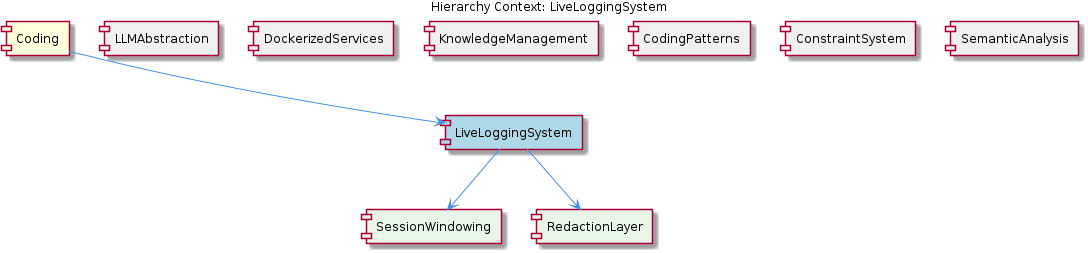
Earlier version of the PlantUML export knowledge-management/insights/images/live-logging-system-relationship.png (fwornle/coding). Its source is kept beside it as .data/knowledge-graph/insights/puml/live-logging-system-relationship.puml.
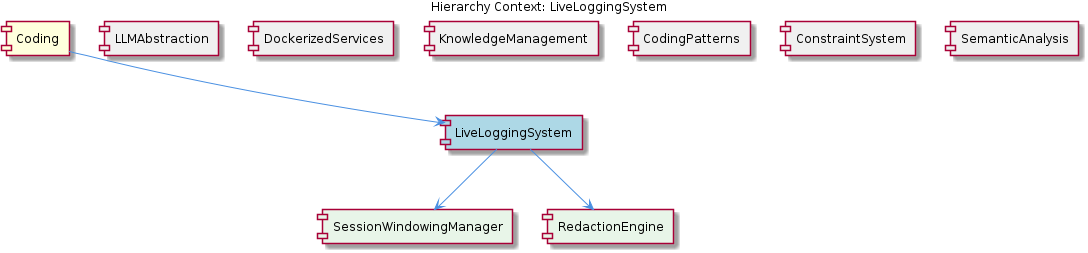
Above is the later version.

The edit, as a diff of the source:
```diff
@@ -11,8 +11,8 @@
 [CodingPatterns] as coding_patterns #F0F0F0
 [ConstraintSystem] as constraint_system #F0F0F0
 [SemanticAnalysis] as semantic_analysis #F0F0F0
-[SessionWindowing] as session_windowing #E8F5E8
-[RedactionLayer] as redaction_layer #E8F5E8
+[SessionWindowingManager] as session_windowing_manager #E8F5E8
+[RedactionEngine] as redaction_engine #E8F5E8
 
 coding --> live_logging_system
 llmabstraction -[hidden]- live_logging_system
@@ -21,7 +21,7 @@
 coding_patterns -[hidden]- live_logging_system
 constraint_system -[hidden]- live_logging_system
 semantic_analysis -[hidden]- live_logging_system
-live_logging_system --> session_windowing
-live_logging_system --> redaction_layer
+live_logging_system --> session_windowing_manager
+live_logging_system --> redaction_engine
 
 @enduml
```
